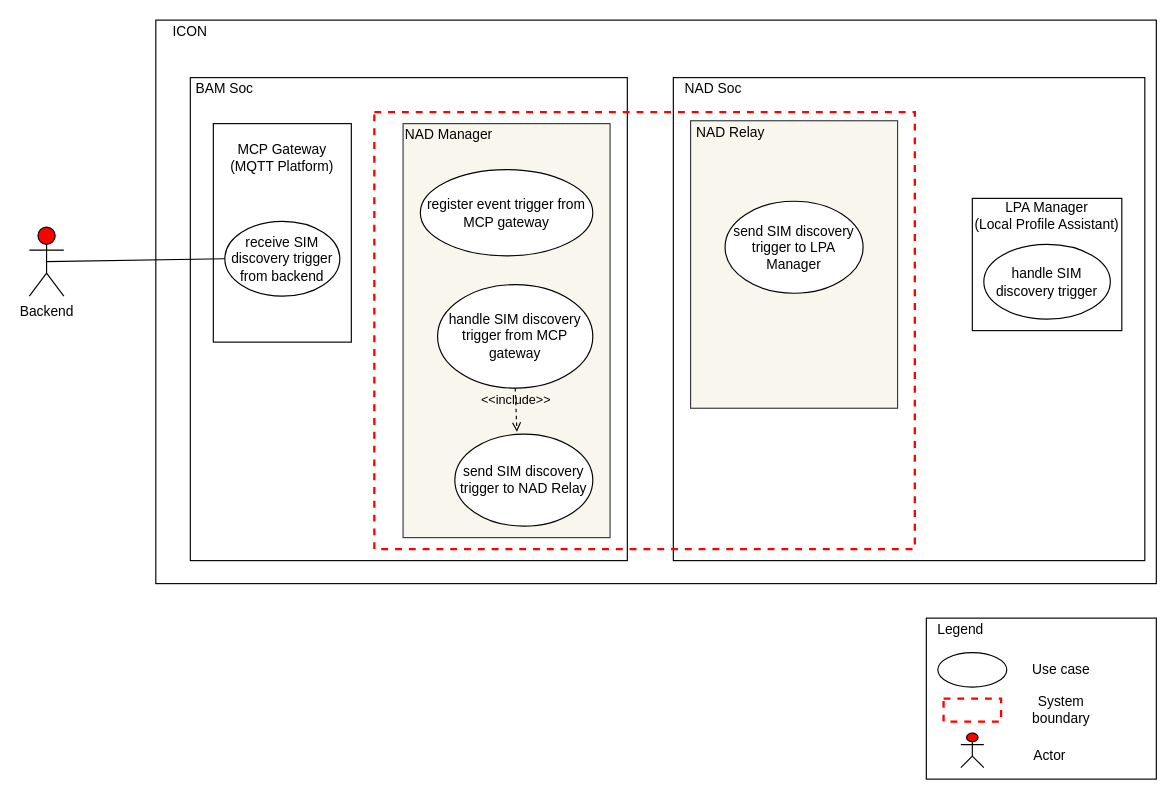
taikt/codefun keeps this draw.io diagram as page "LPA" (4 of 6) of doc/SA cert/Design/usecase.drawio. Above is the earlier version. Source tidied: cells renumbered, new cells numbered last; positions are measured from the earlier drawing's top-left corner, leaving out a move shared by most shapes. Both pictures are drawn from the tidied source at 115%, with x=0, y=0 at pixel (29, 20).
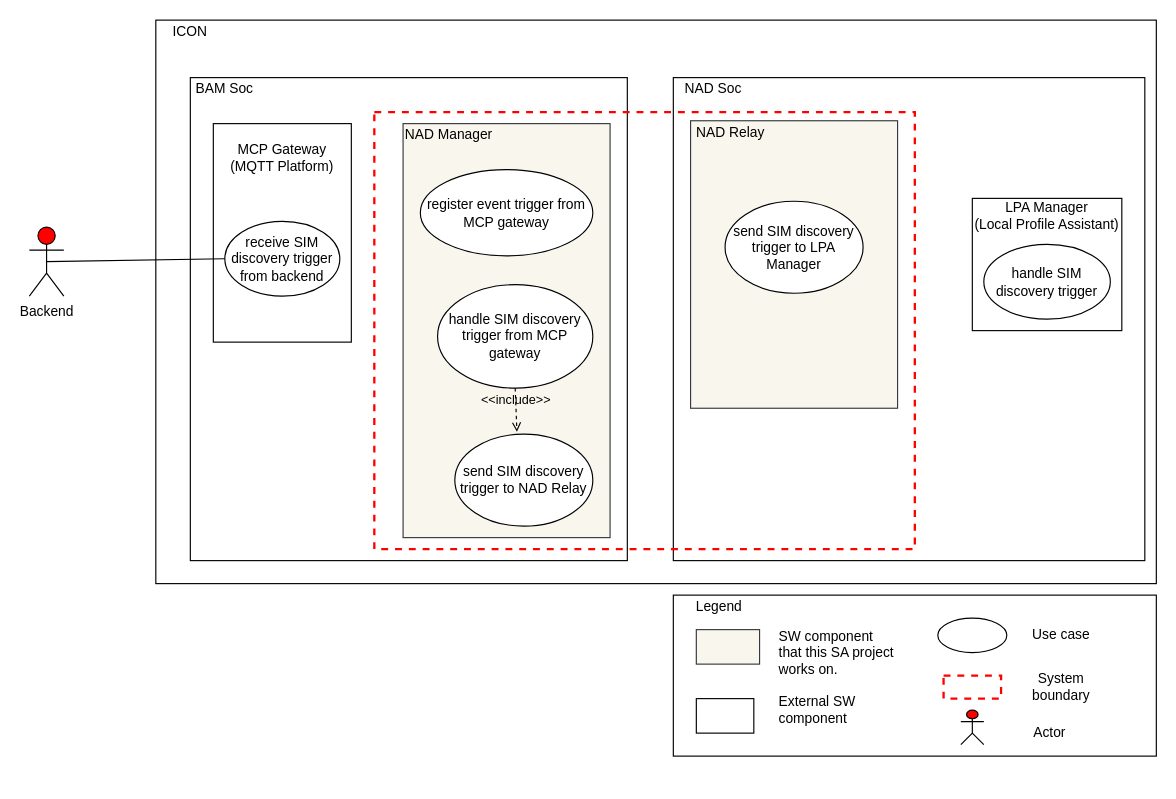
The same page after the edit.

Change to the diagram source:
```diff
@@
-    <mxCell id="3" style="rounded=0;whiteSpace=wrap;html=1;strokeWidth=1;fillColor=none;" parent="1" vertex="1">
-      <mxGeometry x="780" y="520" width="200" height="140" as="geometry" />
-    </mxCell>
-    <mxCell id="4" style="ellipse;whiteSpace=wrap;html=1;strokeColor=#000000;strokeWidth=1;fillColor=none;" parent="1" vertex="1">
-      <mxGeometry x="790" y="550" width="60" height="30" as="geometry" />
-    </mxCell>
-    <mxCell id="5" value="Use case" style="text;html=1;strokeColor=none;fillColor=none;align=center;verticalAlign=middle;whiteSpace=wrap;rounded=0;" parent="1" vertex="1">
-      <mxGeometry x="865" y="555" width="65" height="20" as="geometry" />
-    </mxCell>
-    <mxCell id="6" style="rounded=0;whiteSpace=wrap;html=1;fillColor=none;strokeColor=#FF0000;dashed=1;strokeWidth=2;" parent="1" vertex="1">
-      <mxGeometry x="795" y="590" width="50" height="20" as="geometry" />
-    </mxCell>
-    <mxCell id="7" value="System boundary" style="text;html=1;strokeColor=none;fillColor=none;align=center;verticalAlign=middle;whiteSpace=wrap;rounded=0;" parent="1" vertex="1">
-      <mxGeometry x="865" y="590" width="65" height="20" as="geometry" />
-    </mxCell>
-    <mxCell id="8" style="shape=umlActor;verticalLabelPosition=bottom;verticalAlign=top;html=1;fillColor=#FF0000;" parent="1" vertex="1">
-      <mxGeometry x="810" y="620" width="20" height="30" as="geometry" />
-    </mxCell>
-    <mxCell id="9" value="Actor" style="text;html=1;strokeColor=none;fillColor=none;align=center;verticalAlign=middle;whiteSpace=wrap;rounded=0;" parent="1" vertex="1">
-      <mxGeometry x="855" y="630" width="65" height="20" as="geometry" />
-    </mxCell>
-    <mxCell id="10" value="Legend" style="text;html=1;strokeColor=none;fillColor=none;align=center;verticalAlign=middle;whiteSpace=wrap;rounded=0;" parent="1" vertex="1">
-      <mxGeometry x="790" y="520" width="40" height="20" as="geometry" />
-    </mxCell>
@@
+    <mxCell id="35" style="rounded=0;whiteSpace=wrap;html=1;strokeWidth=1;fillColor=none;" parent="1" vertex="1">
+      <mxGeometry x="560" y="500" width="420" height="140" as="geometry" />
+    </mxCell>
+    <mxCell id="36" style="ellipse;whiteSpace=wrap;html=1;strokeColor=#000000;strokeWidth=1;fillColor=none;" parent="1" vertex="1">
+      <mxGeometry x="790" y="520" width="60" height="30" as="geometry" />
+    </mxCell>
+    <mxCell id="5" value="Use case" style="text;html=1;strokeColor=none;fillColor=none;align=center;verticalAlign=middle;whiteSpace=wrap;rounded=0;" parent="1" vertex="1">
+      <mxGeometry x="865" y="525" width="65" height="20" as="geometry" />
+    </mxCell>
+    <mxCell id="37" style="rounded=0;whiteSpace=wrap;html=1;fillColor=none;strokeColor=#FF0000;dashed=1;strokeWidth=2;" parent="1" vertex="1">
+      <mxGeometry x="795" y="570" width="50" height="20" as="geometry" />
+    </mxCell>
+    <mxCell id="7" value="System boundary" style="text;html=1;strokeColor=none;fillColor=none;align=center;verticalAlign=middle;whiteSpace=wrap;rounded=0;" parent="1" vertex="1">
+      <mxGeometry x="865" y="570" width="65" height="20" as="geometry" />
+    </mxCell>
+    <mxCell id="38" style="shape=umlActor;verticalLabelPosition=bottom;verticalAlign=top;html=1;fillColor=#FF0000;" parent="1" vertex="1">
+      <mxGeometry x="810" y="600" width="20" height="30" as="geometry" />
+    </mxCell>
+    <mxCell id="9" value="Actor" style="text;html=1;strokeColor=none;fillColor=none;align=center;verticalAlign=middle;whiteSpace=wrap;rounded=0;" parent="1" vertex="1">
+      <mxGeometry x="855" y="610" width="65" height="20" as="geometry" />
+    </mxCell>
+    <mxCell id="10" value="Legend" style="text;html=1;strokeColor=none;fillColor=none;align=center;verticalAlign=middle;whiteSpace=wrap;rounded=0;" parent="1" vertex="1">
+      <mxGeometry x="580" y="500" width="40" height="20" as="geometry" />
+    </mxCell>
+    <mxCell id="39" style="rounded=0;whiteSpace=wrap;html=1;fillColor=#f9f7ed;strokeColor=#36393d;" parent="1" vertex="1">
+      <mxGeometry x="580" y="530" width="55" height="30" as="geometry" />
+    </mxCell>
+    <mxCell id="40" value="SW component that this SA project works on." style="text;html=1;strokeColor=none;fillColor=none;align=left;verticalAlign=middle;whiteSpace=wrap;rounded=0;" parent="1" vertex="1">
+      <mxGeometry x="650" y="540" width="105" height="20" as="geometry" />
+    </mxCell>
+    <mxCell id="41" style="rounded=0;whiteSpace=wrap;html=1;" parent="1" vertex="1">
+      <mxGeometry x="580" y="590" width="50" height="30" as="geometry" />
+    </mxCell>
+    <mxCell id="42" value="External SW component" style="text;html=1;strokeColor=none;fillColor=none;align=left;verticalAlign=middle;whiteSpace=wrap;rounded=0;" parent="1" vertex="1">
+      <mxGeometry x="650" y="590" width="105" height="20" as="geometry" />
+    </mxCell>
```
